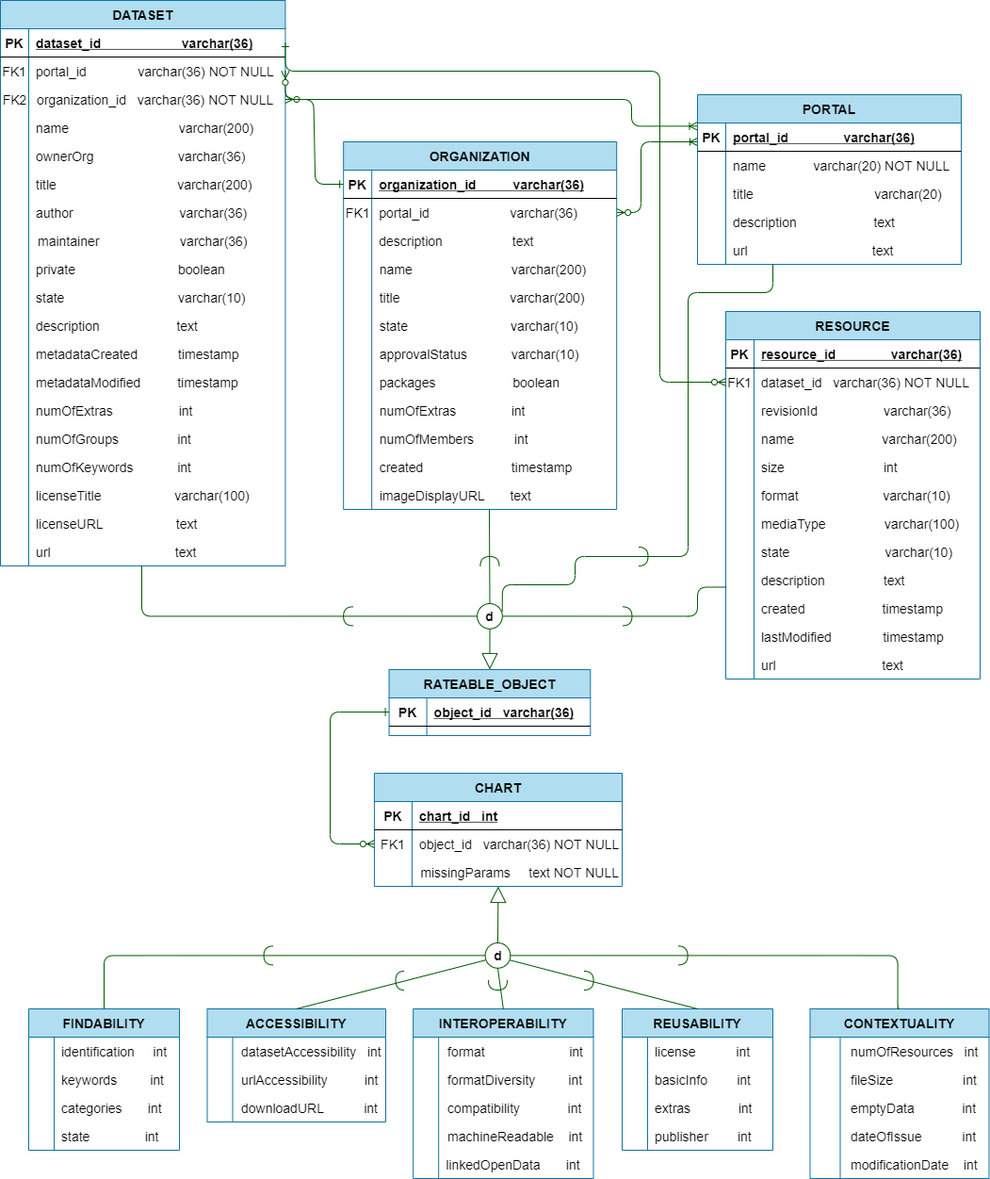
Earlier version of the draw.io export db/relation_model.png (lukasunara/ckan-data-analysis). Source tidied: cells renumbered, new cells last; positions are measured from the earlier drawing's top-left corner, leaving out a move shared by most shapes.
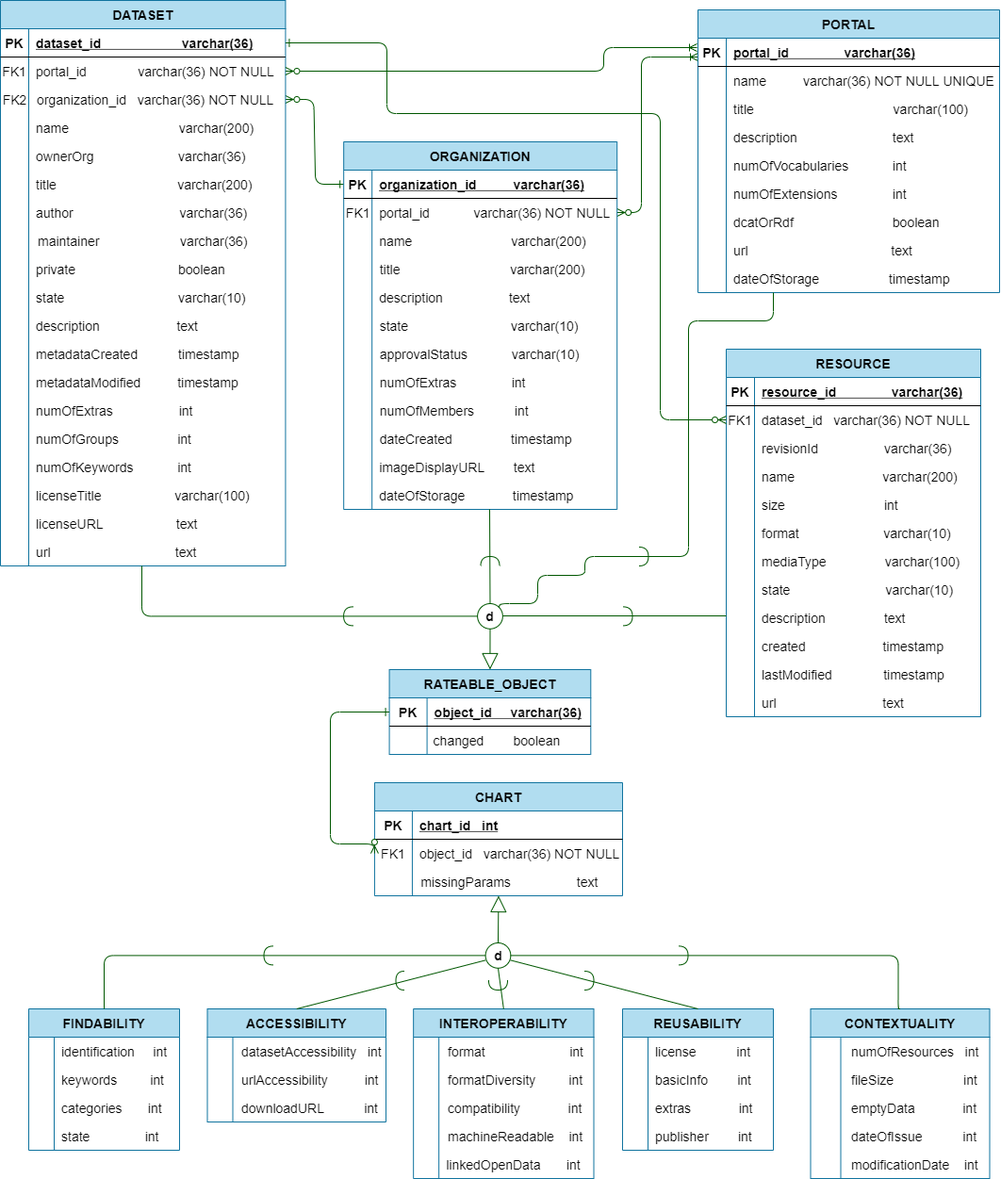
Above is the later version.

Commit message:
Analysis of data fully finished

Change to the diagram source:
```diff
@@ -7,3 +7,3 @@
         <Array as="points">
-          <mxPoint x="680" y="150" />
+          <mxPoint x="680" y="60" />
           <mxPoint x="680" y="225" />
@@ -54,3 +54,3 @@
     </mxCell>
-    <mxCell id="17" value="portal_id                      varchar(36)" style="shape=partialRectangle;overflow=hidden;fillColor=none;top=0;left=0;bottom=0;right=0;align=left;spacingLeft=6;strokeWidth=1;fontStyle=0;fontSize=14;" parent="15" vertex="1">
+    <mxCell id="17" value="portal_id            varchar(36) NOT NULL" style="shape=partialRectangle;overflow=hidden;fillColor=none;top=0;left=0;bottom=0;right=0;align=left;spacingLeft=6;strokeWidth=1;fontStyle=0;fontSize=14;" parent="15" vertex="1">
       <mxGeometry x="30" width="260" height="30" as="geometry" />
@@ -63,3 +63,3 @@
     </mxCell>
-    <mxCell id="20" value="description                   text" style="shape=partialRectangle;overflow=hidden;fillColor=none;top=0;left=0;bottom=0;right=0;align=left;spacingLeft=6;fontSize=14;" parent="18" vertex="1">
+    <mxCell id="20" value="name                           varchar(200)" style="shape=partialRectangle;overflow=hidden;fillColor=none;top=0;left=0;bottom=0;right=0;align=left;spacingLeft=6;fontSize=14;" parent="18" vertex="1">
       <mxGeometry x="30" width="260" height="30" as="geometry" />
@@ -67,6 +67,6 @@
     <mxCell id="21" value="PORTAL" style="shape=table;startSize=30;rowLines=0;fontStyle=1;align=center;fillColor=#b1ddf0;strokeColor=#10739e;fontSize=14;" parent="1" vertex="1">
-      <mxGeometry x="740" y="100" width="280" height="180" as="geometry" />
+      <mxGeometry x="740" y="10" width="320" height="300" as="geometry" />
     </mxCell>
     <mxCell id="22" style="shape=partialRectangle;fillColor=none;points=[[0,0.5],[1,0.5]];portConstraint=eastwest;top=0;left=0;right=0;bottom=1;fontSize=14;" parent="21" vertex="1">
-      <mxGeometry y="30" width="280" height="30" as="geometry" />
+      <mxGeometry y="30" width="320" height="30" as="geometry" />
     </mxCell>
@@ -76,6 +76,6 @@
     <mxCell id="24" value="portal_id               varchar(36)" style="shape=partialRectangle;overflow=hidden;fillColor=none;top=0;left=0;bottom=0;right=0;align=left;spacingLeft=6;fontStyle=5;fontSize=14;" parent="22" vertex="1">
-      <mxGeometry x="30" width="250" height="30" as="geometry" />
+      <mxGeometry x="30" width="290" height="30" as="geometry" />
     </mxCell>
     <mxCell id="25" style="shape=partialRectangle;fillColor=none;top=0;left=0;right=0;bottom=0;fontSize=14;" parent="21" vertex="1">
-      <mxGeometry y="60" width="280" height="30" as="geometry" />
+      <mxGeometry y="60" width="320" height="30" as="geometry" />
     </mxCell>
@@ -84,7 +84,7 @@
     </mxCell>
-    <mxCell id="27" value="name             varchar(20) NOT NULL" style="shape=partialRectangle;overflow=hidden;fillColor=none;top=0;left=0;bottom=0;right=0;align=left;spacingLeft=6;fontSize=14;" parent="25" vertex="1">
-      <mxGeometry x="30" width="250" height="30" as="geometry" />
+    <mxCell id="27" value="name          varchar(36) NOT NULL UNIQUE" style="shape=partialRectangle;overflow=hidden;fillColor=none;top=0;left=0;bottom=0;right=0;align=left;spacingLeft=6;fontSize=14;" parent="25" vertex="1">
+      <mxGeometry x="30" width="290" height="30" as="geometry" />
     </mxCell>
     <mxCell id="28" value="RESOURCE" style="shape=table;startSize=30;rowLines=0;fontStyle=1;align=center;fillColor=#b1ddf0;strokeColor=#10739e;fontSize=14;" parent="1" vertex="1">
-      <mxGeometry x="770" y="330" width="270" height="390" as="geometry" />
+      <mxGeometry x="770" y="370" width="270" height="390" as="geometry" />
     </mxCell>
@@ -111,4 +111,6 @@
         <Array as="points">
-          <mxPoint x="700" y="75" />
-          <mxPoint x="700" y="405" />
+          <mxPoint x="410" y="45" />
+          <mxPoint x="410" y="120" />
+          <mxPoint x="700" y="120" />
+          <mxPoint x="700" y="445" />
         </Array>
@@ -164,5 +166,2 @@
     </mxCell>
-    <mxCell id="52" value="packages                     boolean" style="shape=partialRectangle;overflow=hidden;fillColor=none;top=0;left=0;bottom=0;right=0;align=left;spacingLeft=6;fontSize=14;" parent="1" vertex="1">
-      <mxGeometry x="394.7" y="390" width="260" height="30" as="geometry" />
-    </mxCell>
     <mxCell id="53" value="approvalStatus            varchar(10)" style="shape=partialRectangle;overflow=hidden;fillColor=none;top=0;left=0;bottom=0;right=0;align=left;spacingLeft=6;fontSize=14;" parent="1" vertex="1">
@@ -171,48 +170,48 @@
     <mxCell id="54" value="title                              varchar(200)" style="shape=partialRectangle;overflow=hidden;fillColor=none;top=0;left=0;bottom=0;right=0;align=left;spacingLeft=6;fontSize=14;" parent="1" vertex="1">
-      <mxGeometry x="394.7" y="300" width="260" height="30" as="geometry" />
+      <mxGeometry x="394.7" y="270" width="260" height="30" as="geometry" />
     </mxCell>
-    <mxCell id="55" value="created                        timestamp" style="shape=partialRectangle;overflow=hidden;fillColor=none;top=0;left=0;bottom=0;right=0;align=left;spacingLeft=6;fontSize=14;" parent="1" vertex="1">
-      <mxGeometry x="394.7" y="480" width="260" height="30" as="geometry" />
+    <mxCell id="55" value="dateCreated                timestamp" style="shape=partialRectangle;overflow=hidden;fillColor=none;top=0;left=0;bottom=0;right=0;align=left;spacingLeft=6;fontSize=14;" parent="1" vertex="1">
+      <mxGeometry x="394.7" y="450" width="260" height="30" as="geometry" />
     </mxCell>
     <mxCell id="56" value="numOfMembers           int" style="shape=partialRectangle;overflow=hidden;fillColor=none;top=0;left=0;bottom=0;right=0;align=left;spacingLeft=6;fontSize=14;" parent="1" vertex="1">
-      <mxGeometry x="394.7" y="450" width="260" height="30" as="geometry" />
+      <mxGeometry x="394.7" y="420" width="260" height="30" as="geometry" />
     </mxCell>
     <mxCell id="57" value="numOfExtras               int" style="shape=partialRectangle;overflow=hidden;fillColor=none;top=0;left=0;bottom=0;right=0;align=left;spacingLeft=6;fontSize=14;" parent="1" vertex="1">
-      <mxGeometry x="394.7" y="420" width="250" height="30" as="geometry" />
+      <mxGeometry x="394.7" y="390" width="250" height="30" as="geometry" />
     </mxCell>
-    <mxCell id="58" value="imageDisplayURL       text" style="shape=partialRectangle;overflow=hidden;fillColor=none;top=0;left=0;bottom=0;right=0;align=left;spacingLeft=6;fontSize=14;" parent="1" vertex="1">
-      <mxGeometry x="394.7" y="510" width="260" height="30" as="geometry" />
+    <mxCell id="58" value="imageDisplayURL        text" style="shape=partialRectangle;overflow=hidden;fillColor=none;top=0;left=0;bottom=0;right=0;align=left;spacingLeft=6;fontSize=14;" parent="1" vertex="1">
+      <mxGeometry x="394.2" y="480" width="260" height="30" as="geometry" />
     </mxCell>
     <mxCell id="59" value="name                        varchar(200)" style="shape=partialRectangle;overflow=hidden;fillColor=none;top=0;left=0;bottom=0;right=0;align=left;spacingLeft=6;fontSize=14;" parent="1" vertex="1">
-      <mxGeometry x="800" y="450" width="240" height="30" as="geometry" />
+      <mxGeometry x="800" y="490" width="240" height="30" as="geometry" />
     </mxCell>
     <mxCell id="60" value="revisionId                  varchar(36)" style="shape=partialRectangle;overflow=hidden;fillColor=none;top=0;left=0;bottom=0;right=0;align=left;spacingLeft=6;fontSize=14;" parent="1" vertex="1">
-      <mxGeometry x="800" y="420" width="240" height="30" as="geometry" />
+      <mxGeometry x="800" y="460" width="240" height="30" as="geometry" />
     </mxCell>
     <mxCell id="61" value="state                          varchar(10)" style="shape=partialRectangle;overflow=hidden;fillColor=none;top=0;left=0;bottom=0;right=0;align=left;spacingLeft=6;fontSize=14;" parent="1" vertex="1">
-      <mxGeometry x="800" y="570" width="240" height="30" as="geometry" />
+      <mxGeometry x="800" y="610" width="240" height="30" as="geometry" />
     </mxCell>
     <mxCell id="62" value="mediaType                varchar(100)" style="shape=partialRectangle;overflow=hidden;fillColor=none;top=0;left=0;bottom=0;right=0;align=left;spacingLeft=6;fontSize=14;" parent="1" vertex="1">
-      <mxGeometry x="800" y="540" width="240" height="30" as="geometry" />
+      <mxGeometry x="800" y="580" width="240" height="30" as="geometry" />
     </mxCell>
     <mxCell id="63" value="size                           int" style="shape=partialRectangle;overflow=hidden;fillColor=none;top=0;left=0;bottom=0;right=0;align=left;spacingLeft=6;fontSize=14;" parent="1" vertex="1">
-      <mxGeometry x="800" y="480" width="240" height="30" as="geometry" />
+      <mxGeometry x="800" y="520" width="240" height="30" as="geometry" />
     </mxCell>
     <mxCell id="64" value="format                       varchar(10)" style="shape=partialRectangle;overflow=hidden;fillColor=none;top=0;left=0;bottom=0;right=0;align=left;spacingLeft=6;fontSize=14;" parent="1" vertex="1">
-      <mxGeometry x="800" y="510" width="240" height="30" as="geometry" />
+      <mxGeometry x="800" y="550" width="240" height="30" as="geometry" />
     </mxCell>
     <mxCell id="65" value="created                     timestamp" style="shape=partialRectangle;overflow=hidden;fillColor=none;top=0;left=0;bottom=0;right=0;align=left;spacingLeft=6;fontSize=14;" parent="1" vertex="1">
-      <mxGeometry x="800" y="630" width="240" height="30" as="geometry" />
+      <mxGeometry x="800" y="670" width="240" height="30" as="geometry" />
     </mxCell>
     <mxCell id="66" value="description                text" style="shape=partialRectangle;overflow=hidden;fillColor=none;top=0;left=0;bottom=0;right=0;align=left;spacingLeft=6;fontSize=14;" parent="1" vertex="1">
-      <mxGeometry x="800" y="600" width="240" height="30" as="geometry" />
+      <mxGeometry x="800" y="640" width="240" height="30" as="geometry" />
     </mxCell>
     <mxCell id="67" value="lastModified              timestamp" style="shape=partialRectangle;overflow=hidden;fillColor=none;top=0;left=0;bottom=0;right=0;align=left;spacingLeft=6;fontSize=14;" parent="1" vertex="1">
-      <mxGeometry x="800" y="660" width="240" height="30" as="geometry" />
+      <mxGeometry x="800" y="700" width="240" height="30" as="geometry" />
     </mxCell>
     <mxCell id="68" value="url                             text" style="shape=partialRectangle;overflow=hidden;fillColor=none;top=0;left=0;bottom=0;right=0;align=left;spacingLeft=6;fontSize=14;" parent="1" vertex="1">
-      <mxGeometry x="800" y="690" width="240" height="30" as="geometry" />
+      <mxGeometry x="800" y="730" width="240" height="30" as="geometry" />
     </mxCell>
     <mxCell id="69" value="CHART" style="shape=table;startSize=30;rowLines=0;fontStyle=1;align=center;fillColor=#b1ddf0;strokeColor=#10739e;fontSize=14;" parent="1" vertex="1">
-      <mxGeometry x="396.9" y="820" width="263.1" height="120" as="geometry" />
+      <mxGeometry x="396.9" y="830" width="263.1" height="120" as="geometry" />
     </mxCell>
@@ -373,3 +372,3 @@
     <mxCell id="120" value="RATEABLE_OBJECT" style="shape=table;startSize=30;rowLines=0;fontStyle=1;align=center;fillColor=#b1ddf0;strokeColor=#10739e;fontSize=14;" parent="1" vertex="1">
-      <mxGeometry x="412.6" y="710" width="213.7" height="70" as="geometry" />
+      <mxGeometry x="412.6" y="710" width="213.7" height="90" as="geometry" />
     </mxCell>
@@ -381,3 +380,3 @@
     </mxCell>
-    <mxCell id="123" value="object_id   varchar(36)" style="shape=partialRectangle;overflow=hidden;top=0;left=0;bottom=0;right=0;align=left;spacingLeft=6;fontStyle=5;fillColor=none;fontSize=14;" parent="121" vertex="1">
+    <mxCell id="123" value="object_id     varchar(36)" style="shape=partialRectangle;overflow=hidden;top=0;left=0;bottom=0;right=0;align=left;spacingLeft=6;fontStyle=5;fillColor=none;fontSize=14;" parent="121" vertex="1">
       <mxGeometry x="40" width="173.7" height="30" as="geometry" />
@@ -389,7 +388,7 @@
     </mxCell>
-    <mxCell id="125" style="endArrow=none;html=1;entryX=0;entryY=0.75;entryDx=0;entryDy=0;fillColor=#008a00;strokeColor=#005700;fontSize=14;exitX=1;exitY=0.5;exitDx=0;exitDy=0;edgeStyle=orthogonalEdgeStyle;" parent="1" edge="1" source="138" target="28">
+    <mxCell id="125" style="endArrow=none;html=1;fillColor=#008a00;strokeColor=#005700;fontSize=14;exitX=1;exitY=0.5;exitDx=0;exitDy=0;edgeStyle=orthogonalEdgeStyle;" parent="1" edge="1" source="138">
       <mxGeometry relative="1" as="geometry">
+        <mxPoint x="770" y="653" as="targetPoint" />
         <Array as="points">
-          <mxPoint x="740" y="653" />
-          <mxPoint x="740" y="623" />
+          <mxPoint x="770" y="653" />
         </Array>
@@ -484,13 +483,14 @@
     </mxCell>
-    <mxCell id="140" style="endArrow=none;html=1;edgeStyle=orthogonalEdgeStyle;fillColor=#008a00;strokeColor=#005700;fontSize=14;entryX=1;entryY=0.25;entryDx=0;entryDy=0;" parent="1" edge="1" target="138">
+    <mxCell id="140" style="endArrow=none;html=1;edgeStyle=orthogonalEdgeStyle;fillColor=#008a00;strokeColor=#005700;fontSize=14;entryX=1;entryY=0;entryDx=0;entryDy=0;" parent="1" edge="1" target="137">
       <mxGeometry relative="1" as="geometry">
-        <mxPoint x="820" y="280" as="sourcePoint" />
+        <mxPoint x="820" y="310" as="sourcePoint" />
         <Array as="points">
-          <mxPoint x="820" y="280" />
-          <mxPoint x="820" y="310" />
-          <mxPoint x="730" y="310" />
+          <mxPoint x="820" y="340" />
+          <mxPoint x="730" y="340" />
           <mxPoint x="730" y="590" />
-          <mxPoint x="610" y="590" />
-          <mxPoint x="610" y="620" />
-          <mxPoint x="533" y="620" />
+          <mxPoint x="620" y="590" />
+          <mxPoint x="620" y="610" />
+          <mxPoint x="570" y="610" />
+          <mxPoint x="570" y="640" />
+          <mxPoint x="530" y="640" />
         </Array>
@@ -530,4 +530,4 @@
       <mxGeometry relative="1" as="geometry">
-        <mxPoint x="509.4" y="600" as="sourcePoint" />
-        <mxPoint x="529.4" y="600" as="targetPoint" />
+        <mxPoint x="509.5" y="600" as="sourcePoint" />
+        <mxPoint x="529.5" y="600" as="targetPoint" />
         <Array as="points">
@@ -538,7 +538,7 @@
     </mxCell>
-    <mxCell id="145" value="title                                 varchar(20)" style="shape=partialRectangle;overflow=hidden;fillColor=none;top=0;left=0;bottom=0;right=0;align=left;spacingLeft=6;fontSize=14;" parent="1" vertex="1">
+    <mxCell id="145" value="numOfExtensions               int" style="shape=partialRectangle;overflow=hidden;fillColor=none;top=0;left=0;bottom=0;right=0;align=left;spacingLeft=6;fontSize=14;" parent="1" vertex="1">
       <mxGeometry x="770" y="190" width="250" height="30" as="geometry" />
     </mxCell>
-    <mxCell id="146" value="description                     text" style="shape=partialRectangle;overflow=hidden;fillColor=none;top=0;left=0;bottom=0;right=0;align=left;spacingLeft=6;fontSize=14;" parent="1" vertex="1">
-      <mxGeometry x="770" y="220" width="250" height="30" as="geometry" />
+    <mxCell id="146" value="description                          text" style="shape=partialRectangle;overflow=hidden;fillColor=none;top=0;left=0;bottom=0;right=0;align=left;spacingLeft=6;fontSize=14;" parent="1" vertex="1">
+      <mxGeometry x="770" y="130" width="250" height="30" as="geometry" />
     </mxCell>
@@ -547,7 +547,7 @@
     </mxCell>
-    <mxCell id="148" value="url                                  text" style="shape=partialRectangle;overflow=hidden;fillColor=none;top=0;left=0;bottom=0;right=0;align=left;spacingLeft=6;fontSize=14;" parent="1" vertex="1">
+    <mxCell id="148" value="url                                       text" style="shape=partialRectangle;overflow=hidden;fillColor=none;top=0;left=0;bottom=0;right=0;align=left;spacingLeft=6;fontSize=14;" parent="1" vertex="1">
       <mxGeometry x="770" y="250" width="250" height="30" as="geometry" />
     </mxCell>
-    <mxCell id="149" value="name                           varchar(200)" style="shape=partialRectangle;overflow=hidden;fillColor=none;top=0;left=0;bottom=0;right=0;align=left;spacingLeft=6;strokeWidth=1;fontStyle=0;fontSize=14;" parent="1" vertex="1">
-      <mxGeometry x="394.7" y="270" width="260" height="30" as="geometry" />
+    <mxCell id="149" value="description                  text" style="shape=partialRectangle;overflow=hidden;fillColor=none;top=0;left=0;bottom=0;right=0;align=left;spacingLeft=6;strokeWidth=1;fontStyle=0;fontSize=14;" parent="1" vertex="1">
+      <mxGeometry x="394.2" y="300" width="260" height="30" as="geometry" />
     </mxCell>
@@ -565,7 +565,8 @@
     </mxCell>
-    <mxCell id="154" style="endArrow=ERzeroToMany;startArrow=ERoneToMany;endFill=1;startFill=0;entryX=1;entryY=0.5;entryDx=0;entryDy=0;fillColor=#008a00;strokeColor=#005700;fontSize=14;exitX=-0.002;exitY=0.112;exitDx=0;exitDy=0;exitPerimeter=0;edgeStyle=orthogonalEdgeStyle;" parent="1" edge="1" source="22" target="8">
+    <mxCell id="154" style="endArrow=ERzeroToMany;startArrow=ERoneToMany;endFill=1;startFill=0;entryX=1;entryY=0.5;entryDx=0;entryDy=0;fillColor=#008a00;strokeColor=#005700;fontSize=14;edgeStyle=orthogonalEdgeStyle;" parent="1" edge="1" target="8">
       <mxGeometry relative="1" as="geometry">
+        <mxPoint x="739" y="50" as="sourcePoint" />
         <Array as="points">
-          <mxPoint x="670" y="133" />
-          <mxPoint x="670" y="105" />
+          <mxPoint x="640" y="50" />
+          <mxPoint x="640" y="75" />
         </Array>
@@ -573,4 +574,4 @@
     </mxCell>
-    <mxCell id="155" value="missingParams     text NOT NULL" style="shape=partialRectangle;overflow=hidden;fillColor=none;top=0;left=0;bottom=0;right=0;align=left;spacingLeft=6;fontSize=14;" parent="1" vertex="1">
-      <mxGeometry x="438.2" y="910" width="220" height="30" as="geometry" />
+    <mxCell id="155" value="missingParams                  text" style="shape=partialRectangle;overflow=hidden;fillColor=none;top=0;left=0;bottom=0;right=0;align=left;spacingLeft=6;fontSize=14;" parent="1" vertex="1">
+      <mxGeometry x="438.2" y="920" width="220" height="30" as="geometry" />
     </mxCell>
@@ -579,2 +580,20 @@
     </mxCell>
+    <mxCell id="157" value="title                                      varchar(100)" style="shape=partialRectangle;overflow=hidden;fillColor=none;top=0;left=0;bottom=0;right=0;align=left;spacingLeft=6;fontSize=14;" parent="1" vertex="1">
+      <mxGeometry x="770" y="100" width="270" height="30" as="geometry" />
+    </mxCell>
+    <mxCell id="158" value="numOfVocabularies            int" style="shape=partialRectangle;overflow=hidden;fillColor=none;top=0;left=0;bottom=0;right=0;align=left;spacingLeft=6;fontSize=14;" parent="1" vertex="1">
+      <mxGeometry x="770" y="160" width="250" height="30" as="geometry" />
+    </mxCell>
+    <mxCell id="159" value="dcatOrRdf                           boolean" style="shape=partialRectangle;overflow=hidden;fillColor=none;top=0;left=0;bottom=0;right=0;align=left;spacingLeft=6;fontSize=14;" parent="1" vertex="1">
+      <mxGeometry x="770" y="220" width="250" height="30" as="geometry" />
+    </mxCell>
+    <mxCell id="160" value="changed        boolean" style="shape=partialRectangle;overflow=hidden;fillColor=none;top=0;left=0;bottom=0;right=0;align=left;spacingLeft=6;fontSize=14;" parent="1" vertex="1">
+      <mxGeometry x="451.6" y="770" width="178.4" height="30" as="geometry" />
+    </mxCell>
+    <mxCell id="161" value="dateOfStorage                   timestamp" style="shape=partialRectangle;overflow=hidden;fillColor=none;top=0;left=0;bottom=0;right=0;align=left;spacingLeft=6;fontSize=14;" parent="1" vertex="1">
+      <mxGeometry x="770" y="280" width="250" height="30" as="geometry" />
+    </mxCell>
+    <mxCell id="162" value="dateOfStorage             timestamp" style="shape=partialRectangle;overflow=hidden;fillColor=none;top=0;left=0;bottom=0;right=0;align=left;spacingLeft=6;fontSize=14;" parent="1" vertex="1">
+      <mxGeometry x="394.2" y="510" width="255.8" height="30" as="geometry" />
+    </mxCell>
   </root>
```
